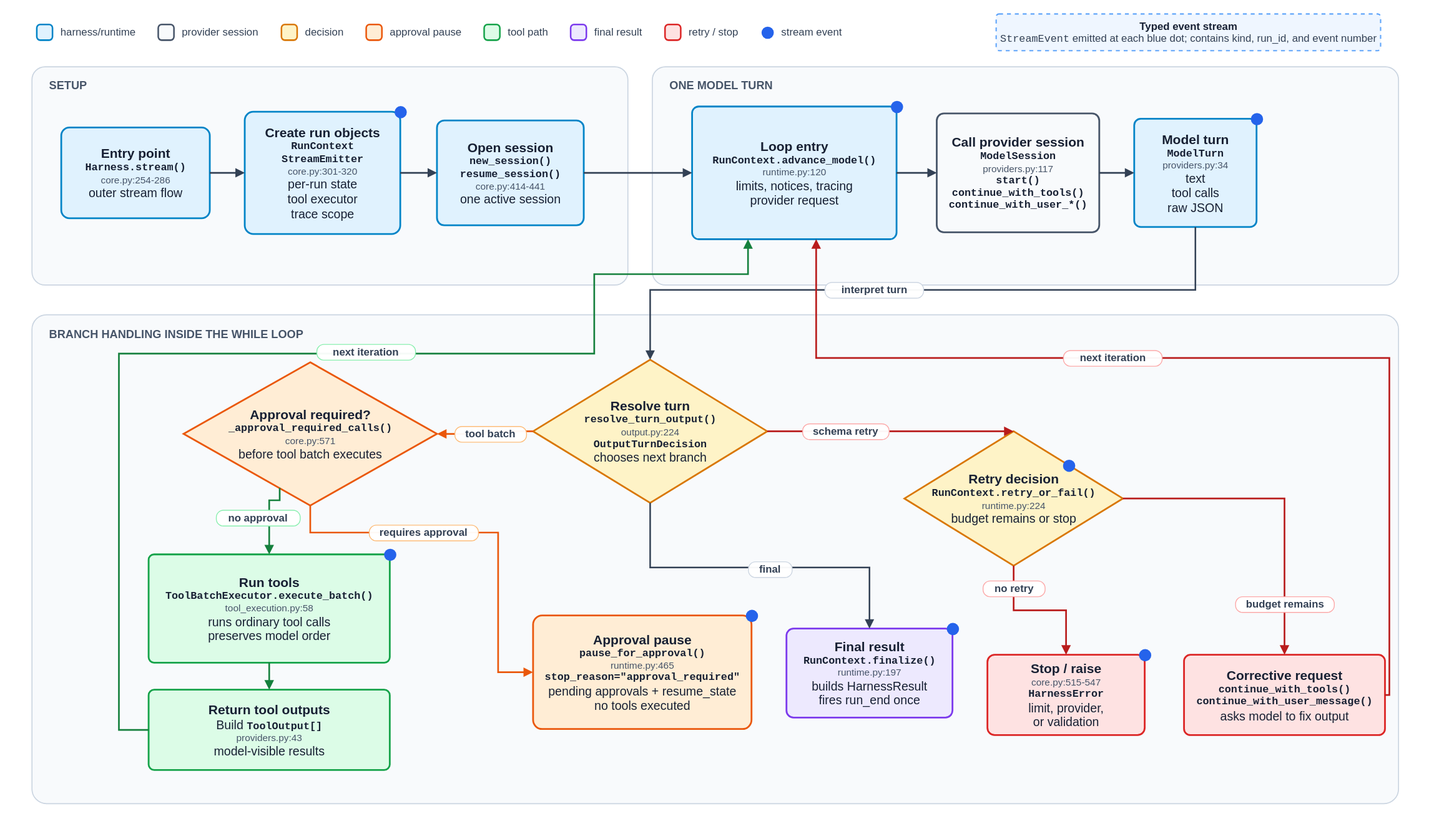
This is assets/thinharness-run-loop.svg from ryanbbrown/thinharness, a draw.io export, as it was before one commit. Source tidied: cells renumbered, new cells last; positions are measured from the earlier drawing's top-left corner, leaving out a move shared by most shapes.
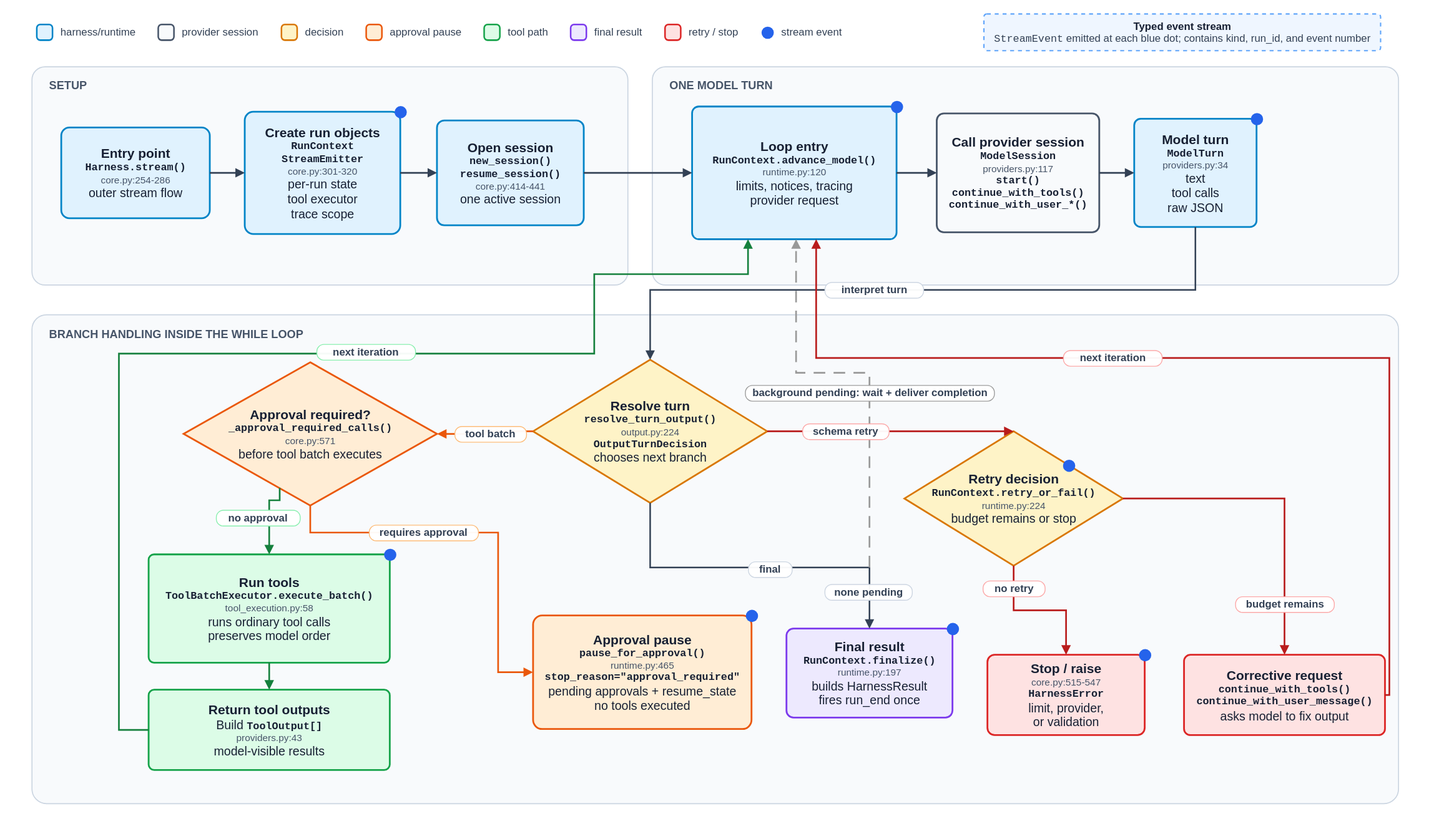
The same file after the commit.

The edit, as a diff of the source:
```diff
@@ -54,7 +54,7 @@
       <mxGeometry x="894" y="28" width="72" height="18" as="geometry" />
     </mxCell>
     <mxCell id="19" value="&lt;div style=&quot;font-weight:700;color:#172033&quot;&gt;Typed event stream&lt;/div&gt;&lt;div&gt;&lt;span style=&quot;font-family:Menlo,Monaco,Consolas,monospace&quot;&gt;StreamEvent&lt;/span&gt; emitted at each blue dot; contains kind, run_id, and event number&lt;/div&gt;" style="rounded=1;whiteSpace=wrap;html=1;arcSize=8;fillColor=#eff6ff;strokeColor=#60a5fa;strokeWidth=1.5;dashed=1;fontFamily=Helvetica;fontSize=12;fontColor=#334155;align=center;verticalAlign=middle;spacing=0;" parent="1" vertex="1">
-      <mxGeometry x="1140" y="16" width="440" height="42" as="geometry" />
+      <mxGeometry x="1126" y="16" width="454" height="42" as="geometry" />
     </mxCell>
     <mxCell id="20" style="rounded=1;whiteSpace=wrap;html=1;arcSize=6;fillColor=#f8fafc;strokeColor=#cbd5e1;strokeWidth=1.2;" parent="1" vertex="1">
       <mxGeometry x="36" y="76" width="682" height="250" as="geometry" />
@@ -150,6 +150,15 @@
         </Array>
       </mxGeometry>
     </mxCell>
+    <mxCell id="75" style="edgeStyle=orthogonalEdgeStyle;rounded=0;jettySize=auto;endArrow=block;html=1;strokeColor=#999999;strokeWidth=1.9;endFill=1;dashed=1;dashPattern=7 5;entryX=0.5085;entryY=1;" parent="1" edge="1" target="29">
+      <mxGeometry relative="1" as="geometry">
+        <mxPoint x="995" y="650" as="sourcePoint" />
+        <Array as="points">
+          <mxPoint x="995" y="427" />
+          <mxPoint x="911" y="427" />
+        </Array>
+      </mxGeometry>
+    </mxCell>
     <mxCell id="48" style="edgeStyle=orthogonalEdgeStyle;rounded=0;jettySize=auto;endArrow=block;html=1;strokeColor=#ea580c;strokeWidth=1.9;endFill=1;exitX=0;exitY=0.5;entryX=1;entryY=0.5;" parent="1" edge="1" source="32" target="33">
       <mxGeometry relative="1" as="geometry" />
     </mxCell>
@@ -213,6 +222,12 @@
     <mxCell id="58" value="final" style="rounded=1;whiteSpace=wrap;html=1;arcSize=45;fillColor=#ffffff;strokeColor=#cbd5e1;opacity=96;fontFamily=Helvetica;fontSize=12;fontStyle=1;fontColor=#334155;align=center;verticalAlign=middle;spacing=0;" parent="1" vertex="1">
       <mxGeometry x="856" y="643" width="50" height="18" as="geometry" />
     </mxCell>
+    <mxCell id="76" value="background pending: wait + deliver completion" style="rounded=1;whiteSpace=wrap;html=1;arcSize=45;fillColor=#ffffff;strokeColor=#999999;opacity=96;fontFamily=Helvetica;fontSize=12;fontStyle=1;fontColor=#334155;align=center;verticalAlign=middle;spacing=0;" parent="1" vertex="1">
+      <mxGeometry x="852.5" y="441" width="285" height="18" as="geometry" />
+    </mxCell>
+    <mxCell id="77" value="none pending" style="rounded=1;whiteSpace=wrap;html=1;arcSize=45;fillColor=#ffffff;strokeColor=#cbd5e1;opacity=96;fontFamily=Helvetica;fontSize=12;fontStyle=1;fontColor=#334155;align=center;verticalAlign=middle;spacing=0;" parent="1" vertex="1">
+      <mxGeometry x="943.5" y="669" width="100" height="18" as="geometry" />
+    </mxCell>
     <mxCell id="59" value="no approval" style="rounded=1;whiteSpace=wrap;html=1;arcSize=45;fillColor=#ffffff;strokeColor=#86efac;opacity=96;fontFamily=Helvetica;fontSize=12;fontStyle=1;fontColor=#334155;align=center;verticalAlign=middle;spacing=0;" parent="1" vertex="1">
       <mxGeometry x="247" y="584" width="96" height="18" as="geometry" />
     </mxCell>
```
